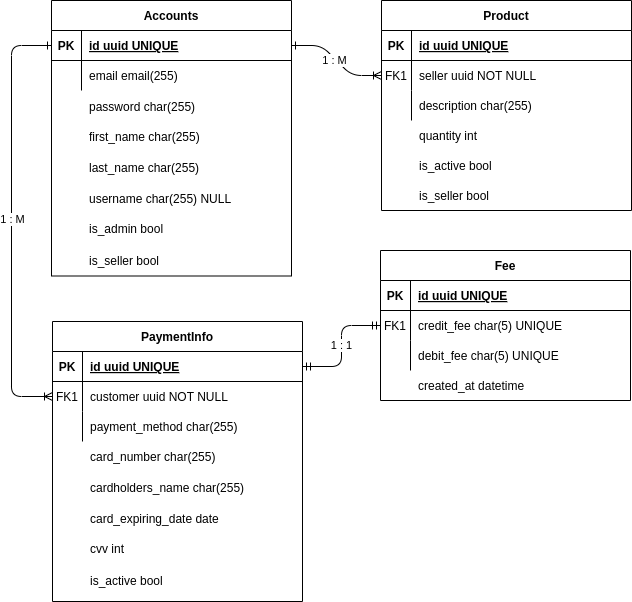
The draw.io diagram pagar_me.drawio.png in AndreKuratomi/pagar.me, before a commit. Source tidied: cells renumbered, new cells last; positions are measured from the earlier drawing's top-left corner, leaving out a move shared by most shapes.
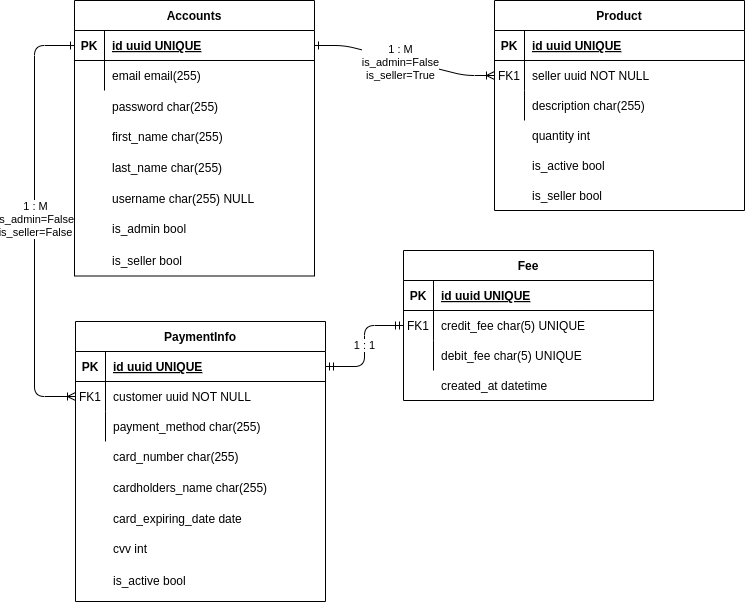
After the commit.

Commit message:
docs: READMEs updated with diagram and tables descriptions and rules.

The edit, as a diff of the source:
```diff
@@ -5,11 +5,11 @@
     <mxCell id="2" style="edgeStyle=entityRelationEdgeStyle;endArrow=ERoneToMany;startArrow=ERone;endFill=0;startFill=0;" parent="1" edge="1" source="25" target="8">
       <mxGeometry relative="1" as="geometry" />
     </mxCell>
-    <mxCell id="3" value="1 : M" style="edgeLabel;html=1;align=center;verticalAlign=middle;" parent="2" vertex="1">
+    <mxCell id="3" value="1 : M&lt;div&gt;is_admin=False&lt;br&gt;&lt;div&gt;is_seller=True&lt;/div&gt;&lt;/div&gt;" style="edgeLabel;html=1;align=center;verticalAlign=middle;" parent="2" vertex="1">
       <mxGeometry x="-0.04" y="-2" relative="1" as="geometry" />
     </mxCell>
     <mxCell id="4" value="Product" style="shape=table;startSize=30;rowLines=0;fontStyle=1;align=center;" parent="1" vertex="1">
-      <mxGeometry x="370" width="250" height="210" as="geometry" />
+      <mxGeometry x="460" width="250" height="210" as="geometry" />
     </mxCell>
     <mxCell id="5" style="shape=partialRectangle;fillColor=none;top=0;left=0;right=0;bottom=1;" parent="4" vertex="1">
       <mxGeometry y="30" width="250" height="30" as="geometry" />
@@ -174,7 +174,7 @@
       <mxGeometry x="30" width="220" height="30" as="geometry" />
     </mxCell>
     <mxCell id="59" style="shape=partialRectangle;fillColor=none;top=0;left=0;right=0;bottom=0;" parent="1" vertex="1">
-      <mxGeometry x="370" y="120" width="250" height="30" as="geometry" />
+      <mxGeometry x="460" y="120" width="250" height="30" as="geometry" />
     </mxCell>
     <mxCell id="60" style="shape=partialRectangle;overflow=hidden;fillColor=none;top=0;left=0;bottom=0;right=0;" parent="59" vertex="1">
       <mxGeometry width="30" height="30" as="geometry" />
@@ -183,7 +183,7 @@
       <mxGeometry x="30" width="220" height="30" as="geometry" />
     </mxCell>
     <mxCell id="62" style="shape=partialRectangle;fillColor=none;top=0;left=0;right=0;bottom=0;" parent="1" vertex="1">
-      <mxGeometry x="370" y="150" width="250" height="30" as="geometry" />
+      <mxGeometry x="460" y="150" width="250" height="30" as="geometry" />
     </mxCell>
     <mxCell id="63" style="shape=partialRectangle;overflow=hidden;fillColor=none;top=0;left=0;bottom=0;right=0;" parent="62" vertex="1">
       <mxGeometry width="30" height="30" as="geometry" />
@@ -192,7 +192,7 @@
       <mxGeometry x="30" width="220" height="30" as="geometry" />
     </mxCell>
     <mxCell id="65" style="shape=partialRectangle;fillColor=none;top=0;left=0;right=0;bottom=0;" parent="1" vertex="1">
-      <mxGeometry x="370" y="180" width="250" height="30" as="geometry" />
+      <mxGeometry x="460" y="180" width="250" height="30" as="geometry" />
     </mxCell>
     <mxCell id="66" style="shape=partialRectangle;overflow=hidden;fillColor=none;top=0;left=0;bottom=0;right=0;" parent="65" vertex="1">
       <mxGeometry width="30" height="30" as="geometry" />
@@ -262,7 +262,7 @@
         </Array>
       </mxGeometry>
     </mxCell>
-    <mxCell id="87" value="1 : M" style="edgeLabel;html=1;align=center;verticalAlign=middle;" parent="86" vertex="1">
+    <mxCell id="87" value="1 : M&lt;div&gt;is_admin=False&lt;/div&gt;&lt;div&gt;is_seller=False&lt;/div&gt;" style="edgeLabel;html=1;align=center;verticalAlign=middle;" parent="86" vertex="1">
       <mxGeometry x="-0.01" y="-2" relative="1" as="geometry">
         <mxPoint x="2" as="offset" />
       </mxGeometry>
```
